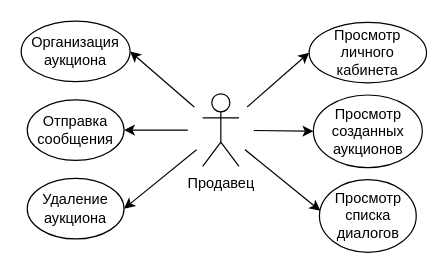
Fake-Make/Au keeps this draw.io diagram as Diagrams/Use-Case/Seller Use-Case Diagram.drawio. Above is the earlier version. Source tidied: cells renumbered, new cells numbered last; positions are measured from the earlier drawing's top-left corner, leaving out a move shared by most shapes. Both pictures are drawn from the tidied source at 121%, with x=0, y=0 at pixel (21, 21).
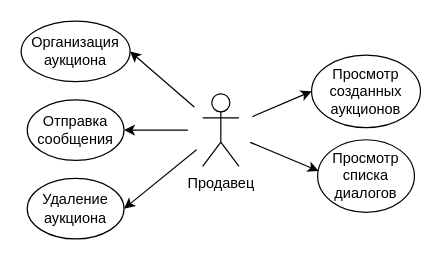
After the change.

Change to the diagram source:
```diff
@@
 <mxGraphModel>
   <root>
     <mxCell id="0" />
     <mxCell id="1" parent="0" />
     <mxCell id="2" style="endArrow=classic;html=1;entryX=1;entryY=0.5;entryDx=0;entryDy=0;exitX=0.5;exitY=0.5;exitDx=0;exitDy=0;exitPerimeter=0;" parent="1" edge="1" source="14" target="15">
       <mxGeometry relative="1" as="geometry" />
     </mxCell>
     <mxCell id="3" style="endArrow=classic;html=1;entryX=1;entryY=0.5;entryDx=0;entryDy=0;exitX=0.5;exitY=0.5;exitDx=0;exitDy=0;exitPerimeter=0;" parent="1" edge="1" source="14" target="12">
       <mxGeometry relative="1" as="geometry" />
     </mxCell>
-    <mxCell id="4" style="endArrow=classic;html=1;entryX=0;entryY=0.5;entryDx=0;entryDy=0;exitX=0.5;exitY=0.5;exitDx=0;exitDy=0;exitPerimeter=0;" parent="1" edge="1" source="14" target="9">
-      <mxGeometry relative="1" as="geometry" />
-    </mxCell>
     <mxCell id="5" style="endArrow=classic;html=1;entryX=0;entryY=0.5;entryDx=0;entryDy=0;exitX=0.5;exitY=0.5;exitDx=0;exitDy=0;exitPerimeter=0;" parent="1" edge="1" source="14" target="10">
       <mxGeometry relative="1" as="geometry" />
     </mxCell>
     <mxCell id="6" style="endArrow=classic;html=1;entryX=0.01;entryY=0.429;entryDx=0;entryDy=0;entryPerimeter=0;exitX=0.5;exitY=0.5;exitDx=0;exitDy=0;exitPerimeter=0;" parent="1" edge="1" source="14" target="11">
       <mxGeometry relative="1" as="geometry" />
     </mxCell>
     <mxCell id="7" style="endArrow=classic;html=1;entryX=1;entryY=0.5;entryDx=0;entryDy=0;exitX=0.5;exitY=0.5;exitDx=0;exitDy=0;exitPerimeter=0;" parent="1" edge="1" source="14" target="13">
       <mxGeometry relative="1" as="geometry" />
     </mxCell>
     <mxCell id="8" style="ellipse;whiteSpace=wrap;html=1;strokeColor=none;" parent="1" vertex="1">
       <mxGeometry x="137.5" y="60" width="55" height="55" as="geometry" />
     </mxCell>
-    <mxCell id="9" value="Просмотр личного кабинета" style="ellipse;whiteSpace=wrap;html=1;" parent="1" vertex="1">
-      <mxGeometry x="238" y="1" width="97" height="50" as="geometry" />
-    </mxCell>
     <mxCell id="10" value="Просмотр созданных аукционов&lt;br&gt;" style="ellipse;whiteSpace=wrap;html=1;" parent="1" vertex="1">
-      <mxGeometry x="241.5" y="61" width="90" height="60" as="geometry" />
+      <mxGeometry x="240" y="28" width="90" height="60" as="geometry" />
     </mxCell>
     <mxCell id="11" value="Просмотр списка диалогов" style="ellipse;whiteSpace=wrap;html=1;" parent="1" vertex="1">
-      <mxGeometry x="246.5" y="131" width="80" height="60" as="geometry" />
+      <mxGeometry x="245" y="98" width="80" height="60" as="geometry" />
     </mxCell>
     <mxCell id="12" value="Организация аукциона" style="ellipse;whiteSpace=wrap;html=1;" parent="1" vertex="1">
       <mxGeometry width="90" height="50" as="geometry" />
     </mxCell>
     <mxCell id="13" value="Отправка сообщения" style="ellipse;whiteSpace=wrap;html=1;" parent="1" vertex="1">
       <mxGeometry x="5" y="65" width="80" height="50" as="geometry" />
     </mxCell>
     <mxCell id="14" value="Продавец" style="shape=umlActor;verticalLabelPosition=bottom;labelBackgroundColor=#ffffff;verticalAlign=top;html=1;outlineConnect=0;" parent="1" vertex="1">
       <mxGeometry x="150" y="60" width="30" height="60" as="geometry" />
     </mxCell>
     <mxCell id="15" value="Удаление аукциона" style="ellipse;whiteSpace=wrap;html=1;" parent="1" vertex="1">
       <mxGeometry x="5" y="130" width="80" height="50" as="geometry" />
     </mxCell>
   </root>
 </mxGraphModel>
```
